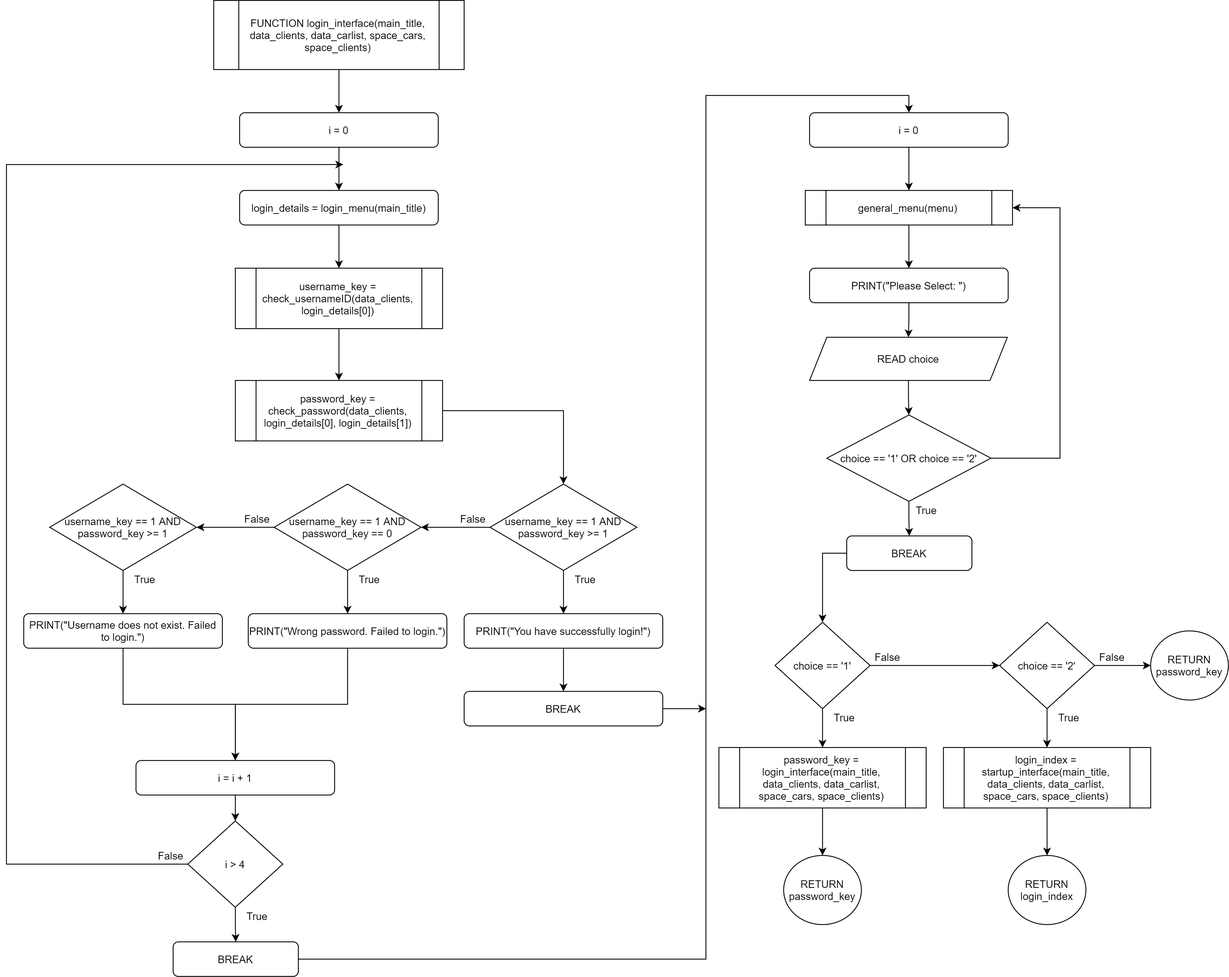
Earlier version of the draw.io export Flowchart/default/login_interface.png (RabbitBear00/Car-Rental-System). Source tidied: cells renumbered, new cells last; positions are measured from the earlier drawing's top-left corner, leaving out a move shared by most shapes.
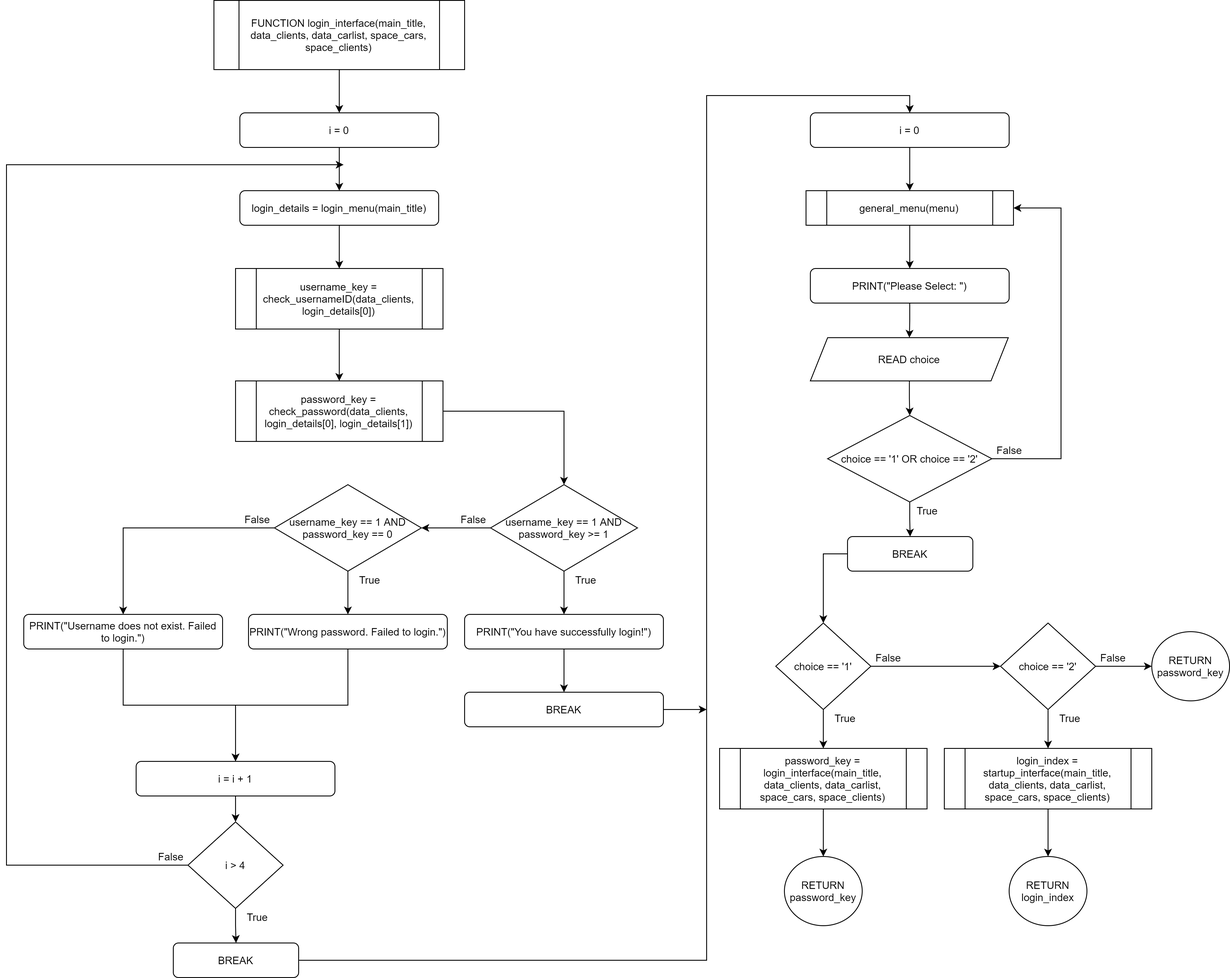
Later version of the same file.

Diff of the diagram source:
```diff
@@ -58,9 +58,9 @@
     <mxCell id="19" style="edgeStyle=orthogonalEdgeStyle;rounded=0;jettySize=auto;html=1;" parent="1" edge="1" source="21" target="23">
       <mxGeometry relative="1" as="geometry" />
     </mxCell>
-    <mxCell id="20" style="edgeStyle=orthogonalEdgeStyle;rounded=0;jettySize=auto;html=1;" parent="1" edge="1" source="21" target="25">
-      <mxGeometry relative="1" as="geometry" />
-    </mxCell>
+    <mxCell id="73" style="edgeStyle=orthogonalEdgeStyle;rounded=0;jettySize=auto;html=1;entryX=0.5;entryY=0;entryDx=0;entryDy=0;" parent="1" edge="1" source="21" target="27">
+      <mxGeometry relative="1" as="geometry" />
+    </mxCell>
     <mxCell id="21" value="username_key == 1 AND password_key == 0" style="rhombus;whiteSpace=wrap;html=1;" parent="1" vertex="1">
       <mxGeometry x="310" y="560" width="170" height="100" as="geometry" />
     </mxCell>
@@ -70,12 +70,6 @@
     <mxCell id="23" value="PRINT(&quot;Wrong password. Failed to login.&quot;)" style="rounded=1;whiteSpace=wrap;html=1;" parent="1" vertex="1">
       <mxGeometry x="280" y="710" width="230" height="40" as="geometry" />
     </mxCell>
-    <mxCell id="24" style="edgeStyle=orthogonalEdgeStyle;rounded=0;jettySize=auto;html=1;" parent="1" edge="1" source="25" target="27">
-      <mxGeometry relative="1" as="geometry" />
-    </mxCell>
-    <mxCell id="25" value="username_key == 1 AND password_key &gt;= 1" style="rhombus;whiteSpace=wrap;html=1;" parent="1" vertex="1">
-      <mxGeometry x="50" y="560" width="170" height="100" as="geometry" />
-    </mxCell>
     <mxCell id="26" style="edgeStyle=orthogonalEdgeStyle;rounded=0;jettySize=auto;html=1;" parent="1" edge="1" source="27" target="29">
       <mxGeometry relative="1" as="geometry" />
     </mxCell>
@@ -115,9 +109,6 @@
     <mxCell id="34" value="BREAK" style="rounded=1;whiteSpace=wrap;html=1;" parent="1" vertex="1">
       <mxGeometry x="193" y="1090" width="145" height="40" as="geometry" />
     </mxCell>
-    <mxCell id="35" value="True" style="text;html=1;align=center;verticalAlign=middle;strokeColor=none;" parent="1" vertex="1">
-      <mxGeometry x="140" y="660" width="40" height="20" as="geometry" />
-    </mxCell>
     <mxCell id="36" value="True" style="text;html=1;align=center;verticalAlign=middle;strokeColor=none;" parent="1" vertex="1">
       <mxGeometry x="400" y="660" width="40" height="20" as="geometry" />
     </mxCell>
@@ -234,5 +225,8 @@
     <mxCell id="72" value="True" style="text;html=1;align=center;verticalAlign=middle;strokeColor=none;" parent="1" vertex="1">
       <mxGeometry x="1045" y="580" width="40" height="20" as="geometry" />
     </mxCell>
+    <mxCell id="74" value="False" style="text;html=1;align=center;verticalAlign=middle;strokeColor=none;" parent="1" vertex="1">
+      <mxGeometry x="1140" y="510" width="40" height="20" as="geometry" />
+    </mxCell>
   </root>
 </mxGraphModel>
```
